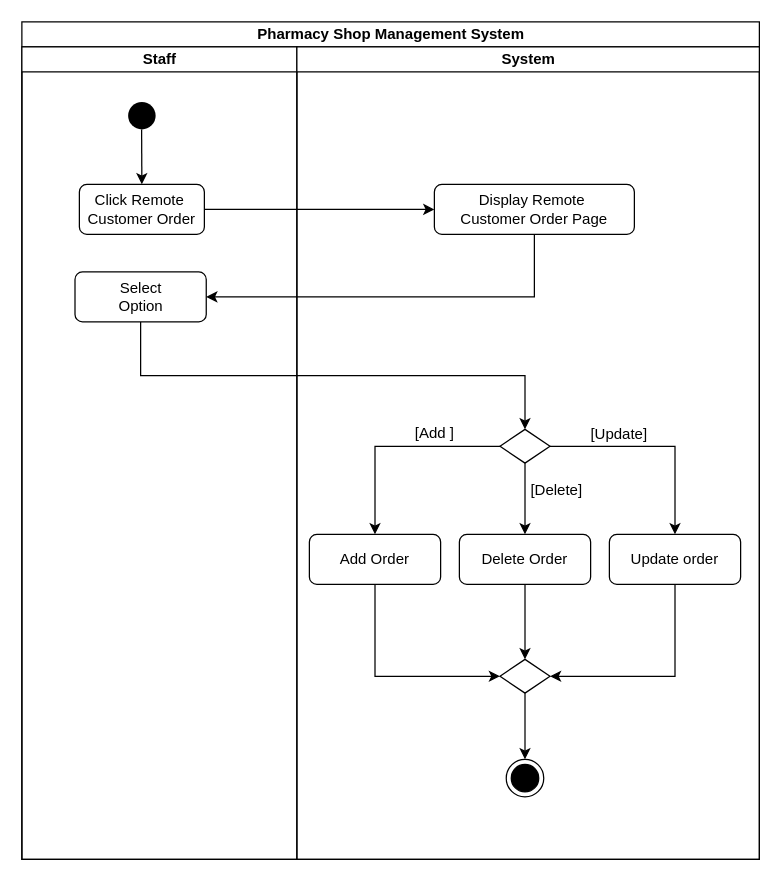
ChandimalPriyamantha/Pharmacy_Shop_Management_System keeps this draw.io diagram as Doc/Activity Diagrams/Drawio Files/RemoteCustomerOrder.drawio. Above is the earlier version. Source tidied: cells renumbered, new cells numbered last; positions are measured from the earlier drawing's top-left corner, leaving out a move shared by most shapes. Both pictures are drawn from the tidied source at 125%, with x=0, y=0 at pixel (21, 21).
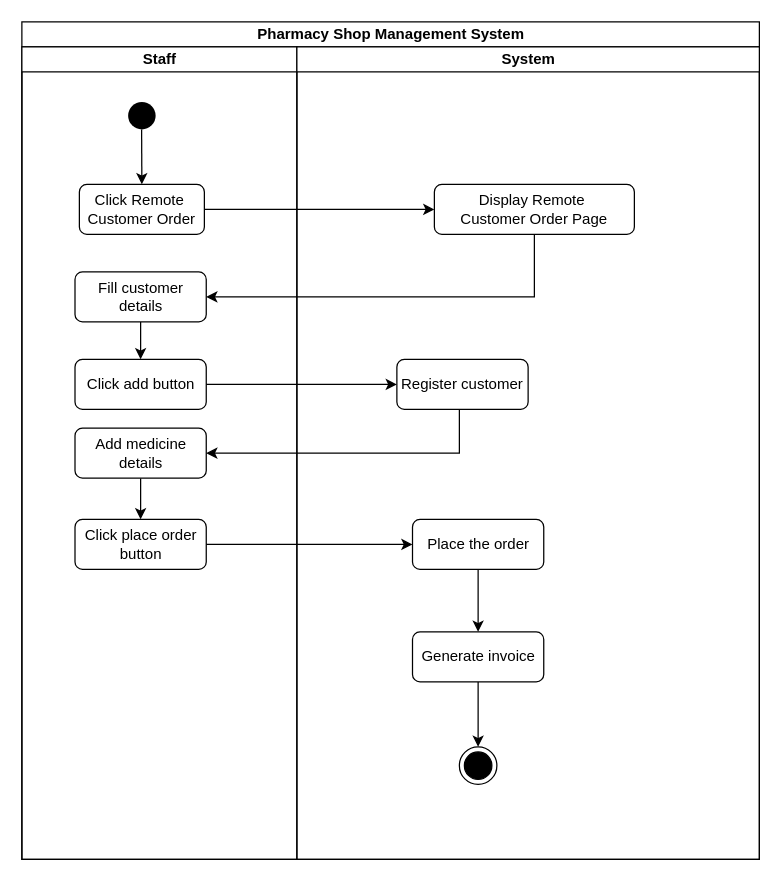
After the change.

Commit message (it also covers changes not shown here):
Update remote customer order activity diagram

The change refers to these unchanged cells:
```xml
<mxCell id="2" value="Pharmacy Shop Management System" style="swimlane;startSize=20;html=1;" parent="1" vertex="1">
  <mxGeometry width="590" height="670" as="geometry" />
</mxCell>
<mxCell id="3" value="Staff" style="swimlane;startSize=20;html=1;" parent="2" vertex="1">
  <mxGeometry y="20" width="220" height="650" as="geometry" />
</mxCell>
<mxCell id="10" value="System" style="swimlane;startSize=20;html=1;" parent="2" vertex="1">
  <mxGeometry x="220" y="20" width="370" height="650" as="geometry" />
</mxCell>
```

What changed in the source:
```diff
@@
+    <mxCell id="29" style="edgeStyle=orthogonalEdgeStyle;rounded=0;jettySize=auto;html=1;entryX=0.5;entryY=0;entryDx=0;entryDy=0;" parent="3" edge="1" source="7" target="30">
+      <mxGeometry relative="1" as="geometry" />
+    </mxCell>
-    <mxCell id="7" value="Select&lt;br&gt;Option" style="rounded=1;whiteSpace=wrap;html=1;" parent="3" vertex="1">
+    <mxCell id="7" value="Fill customer details" style="rounded=1;whiteSpace=wrap;html=1;" parent="3" vertex="1">
       <mxGeometry x="42.5" y="180" width="105" height="40" as="geometry" />
     </mxCell>
+    <mxCell id="30" value="Click add button" style="rounded=1;whiteSpace=wrap;html=1;" parent="3" vertex="1">
+      <mxGeometry x="42.5" y="250" width="105" height="40" as="geometry" />
+    </mxCell>
+    <mxCell id="31" style="edgeStyle=orthogonalEdgeStyle;rounded=0;jettySize=auto;html=1;exitX=0.5;exitY=1;exitDx=0;exitDy=0;entryX=0.5;entryY=0;entryDx=0;entryDy=0;" parent="3" edge="1" source="32" target="33">
+      <mxGeometry relative="1" as="geometry" />
+    </mxCell>
+    <mxCell id="32" value="Add medicine details" style="rounded=1;whiteSpace=wrap;html=1;" parent="3" vertex="1">
+      <mxGeometry x="42.5" y="305" width="105" height="40" as="geometry" />
+    </mxCell>
+    <mxCell id="33" value="Click place order button" style="rounded=1;whiteSpace=wrap;html=1;" parent="3" vertex="1">
+      <mxGeometry x="42.5" y="378" width="105" height="40" as="geometry" />
+    </mxCell>
@@
-    <mxCell id="11" value="[Delete]" style="text;html=1;strokeColor=none;fillColor=none;align=center;verticalAlign=middle;whiteSpace=wrap;rounded=0;" parent="10" vertex="1">
-      <mxGeometry x="169.5" y="340" width="76" height="30" as="geometry" />
-    </mxCell>
-    <mxCell id="12" style="edgeStyle=orthogonalEdgeStyle;rounded=0;jettySize=auto;html=1;exitX=0.5;exitY=1;exitDx=0;exitDy=0;entryX=0.5;entryY=0;entryDx=0;entryDy=0;" parent="10" edge="1" source="15" target="21">
-      <mxGeometry relative="1" as="geometry" />
-    </mxCell>
-    <mxCell id="13" style="edgeStyle=orthogonalEdgeStyle;rounded=0;jettySize=auto;html=1;exitX=0;exitY=0.5;exitDx=0;exitDy=0;entryX=0.5;entryY=0;entryDx=0;entryDy=0;" parent="10" edge="1" source="15" target="19">
-      <mxGeometry relative="1" as="geometry" />
-    </mxCell>
-    <mxCell id="14" style="edgeStyle=orthogonalEdgeStyle;rounded=0;jettySize=auto;html=1;exitX=1;exitY=0.5;exitDx=0;exitDy=0;entryX=0.5;entryY=0;entryDx=0;entryDy=0;" parent="10" edge="1" source="15" target="23">
-      <mxGeometry relative="1" as="geometry" />
-    </mxCell>
-    <mxCell id="15" style="rhombus;whiteSpace=wrap;html=1;" parent="10" vertex="1">
-      <mxGeometry x="162.5" y="306" width="40" height="27" as="geometry" />
-    </mxCell>
     <mxCell id="16" style="ellipse;html=1;shape=endState;fillColor=#000000;strokeColor=#000000;" parent="10" vertex="1">
-      <mxGeometry x="167.5" y="570" width="30" height="30" as="geometry" />
+      <mxGeometry x="130" y="560" width="30" height="30" as="geometry" />
     </mxCell>
@@
-    <mxCell id="18" style="edgeStyle=orthogonalEdgeStyle;rounded=0;jettySize=auto;html=1;exitX=0.5;exitY=1;exitDx=0;exitDy=0;entryX=0;entryY=0.5;entryDx=0;entryDy=0;" parent="10" edge="1" source="19" target="27">
-      <mxGeometry relative="1" as="geometry" />
-    </mxCell>
-    <mxCell id="19" value="Add Order" style="rounded=1;whiteSpace=wrap;html=1;" parent="10" vertex="1">
-      <mxGeometry x="10" y="390" width="105" height="40" as="geometry" />
-    </mxCell>
-    <mxCell id="20" style="edgeStyle=orthogonalEdgeStyle;rounded=0;jettySize=auto;html=1;exitX=0.5;exitY=1;exitDx=0;exitDy=0;entryX=0.5;entryY=0;entryDx=0;entryDy=0;" parent="10" edge="1" source="21" target="27">
-      <mxGeometry relative="1" as="geometry" />
-    </mxCell>
-    <mxCell id="21" value="Delete Order" style="rounded=1;whiteSpace=wrap;html=1;" parent="10" vertex="1">
-      <mxGeometry x="130" y="390" width="105" height="40" as="geometry" />
-    </mxCell>
-    <mxCell id="22" style="edgeStyle=orthogonalEdgeStyle;rounded=0;jettySize=auto;html=1;exitX=0.5;exitY=1;exitDx=0;exitDy=0;entryX=1;entryY=0.5;entryDx=0;entryDy=0;" parent="10" edge="1" source="23" target="27">
-      <mxGeometry relative="1" as="geometry" />
-    </mxCell>
-    <mxCell id="23" value="Update order" style="rounded=1;whiteSpace=wrap;html=1;" parent="10" vertex="1">
-      <mxGeometry x="250" y="390" width="105" height="40" as="geometry" />
-    </mxCell>
-    <mxCell id="24" value="[Add ]" style="text;html=1;strokeColor=none;fillColor=none;align=center;verticalAlign=middle;whiteSpace=wrap;rounded=0;" parent="10" vertex="1">
-      <mxGeometry x="53" y="293.5" width="115" height="30" as="geometry" />
-    </mxCell>
-    <mxCell id="25" value="[Update]" style="text;html=1;strokeColor=none;fillColor=none;align=center;verticalAlign=middle;whiteSpace=wrap;rounded=0;" parent="10" vertex="1">
-      <mxGeometry x="220" y="294.5" width="76" height="30" as="geometry" />
-    </mxCell>
-    <mxCell id="26" style="edgeStyle=orthogonalEdgeStyle;rounded=0;jettySize=auto;html=1;exitX=0.5;exitY=1;exitDx=0;exitDy=0;entryX=0.5;entryY=0;entryDx=0;entryDy=0;" parent="10" edge="1" source="27" target="16">
-      <mxGeometry relative="1" as="geometry" />
-    </mxCell>
-    <mxCell id="27" style="rhombus;whiteSpace=wrap;html=1;" parent="10" vertex="1">
-      <mxGeometry x="162.5" y="490" width="40" height="27" as="geometry" />
-    </mxCell>
-    <mxCell id="28" style="edgeStyle=orthogonalEdgeStyle;rounded=0;jettySize=auto;html=1;exitX=0.5;exitY=1;exitDx=0;exitDy=0;entryX=0.5;entryY=0;entryDx=0;entryDy=0;" parent="2" edge="1" source="7" target="15">
-      <mxGeometry relative="1" as="geometry" />
-    </mxCell>
+    <mxCell id="34" value="Register customer" style="rounded=1;whiteSpace=wrap;html=1;" parent="10" vertex="1">
+      <mxGeometry x="80" y="250" width="105" height="40" as="geometry" />
+    </mxCell>
+    <mxCell id="35" value="Place the order" style="rounded=1;whiteSpace=wrap;html=1;" parent="10" vertex="1">
+      <mxGeometry x="92.5" y="378" width="105" height="40" as="geometry" />
+    </mxCell>
+    <mxCell id="36" style="edgeStyle=orthogonalEdgeStyle;rounded=0;jettySize=auto;html=1;entryX=0;entryY=0.5;entryDx=0;entryDy=0;" parent="2" edge="1" source="30" target="34">
+      <mxGeometry relative="1" as="geometry" />
+    </mxCell>
+    <mxCell id="37" style="edgeStyle=orthogonalEdgeStyle;rounded=0;jettySize=auto;html=1;entryX=1;entryY=0.5;entryDx=0;entryDy=0;" parent="2" edge="1" source="34" target="32">
+      <mxGeometry relative="1" as="geometry">
+        <Array as="points">
+          <mxPoint x="350" y="345" />
+        </Array>
+      </mxGeometry>
+    </mxCell>
+    <mxCell id="38" style="edgeStyle=orthogonalEdgeStyle;rounded=0;jettySize=auto;html=1;exitX=1;exitY=0.5;exitDx=0;exitDy=0;" parent="2" edge="1" source="33" target="35">
+      <mxGeometry relative="1" as="geometry" />
+    </mxCell>
+    <mxCell id="39" style="edgeStyle=orthogonalEdgeStyle;rounded=0;jettySize=auto;html=1;exitX=0.5;exitY=1;exitDx=0;exitDy=0;entryX=0.5;entryY=0;entryDx=0;entryDy=0;" parent="1" edge="1" source="40" target="16">
+      <mxGeometry relative="1" as="geometry" />
+    </mxCell>
+    <mxCell id="40" value="Generate invoice" style="rounded=1;whiteSpace=wrap;html=1;" parent="1" vertex="1">
+      <mxGeometry x="312.5" y="488" width="105" height="40" as="geometry" />
+    </mxCell>
+    <mxCell id="41" style="edgeStyle=orthogonalEdgeStyle;rounded=0;jettySize=auto;html=1;exitX=0.5;exitY=1;exitDx=0;exitDy=0;entryX=0.5;entryY=0;entryDx=0;entryDy=0;" parent="1" edge="1" source="35" target="40">
+      <mxGeometry relative="1" as="geometry" />
+    </mxCell>
```
